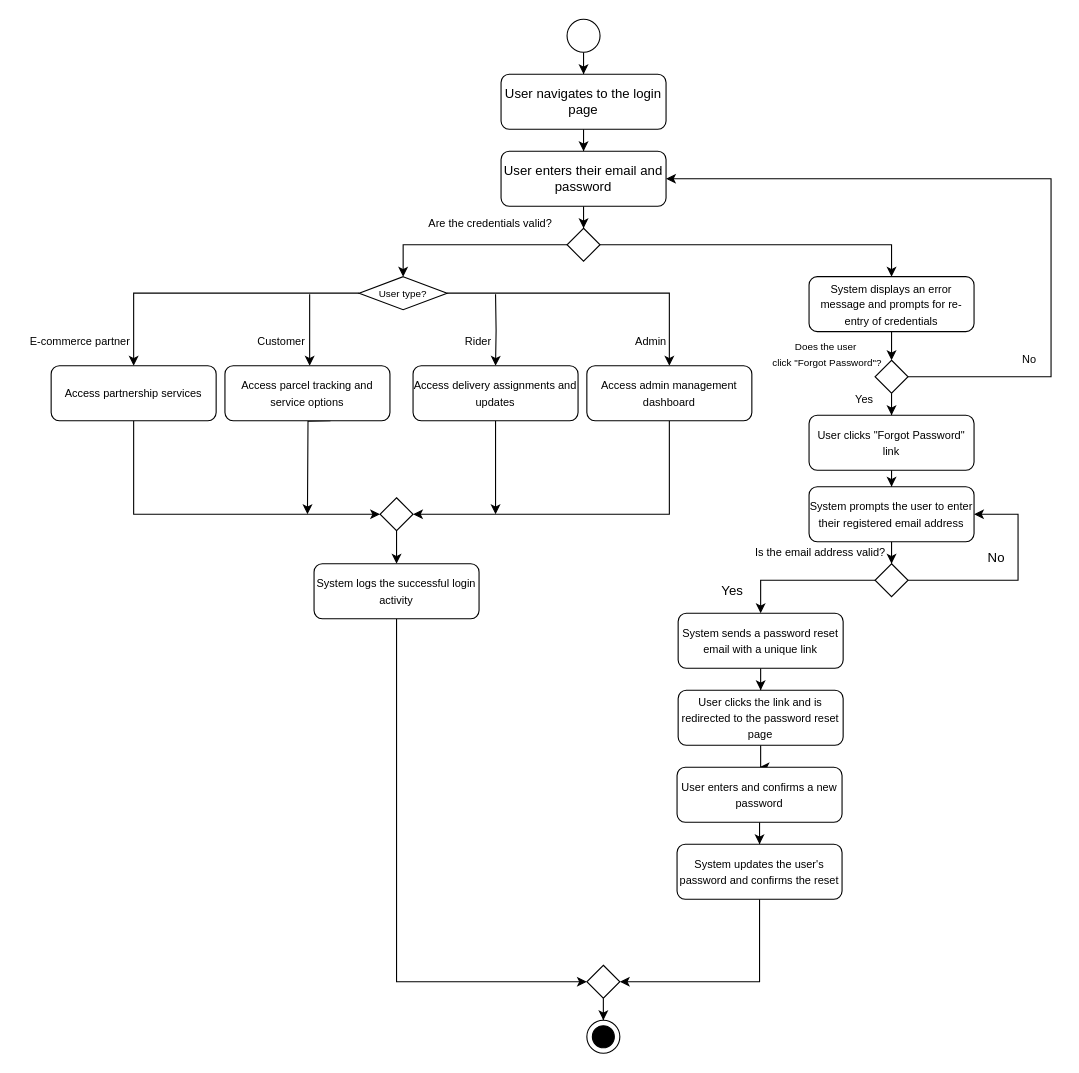
Before: page "Page-8" (8 of 26) of Activity Diagram UC-1.drawio in IamSaqibJaved/Diagrams, a draw.io diagram. Source tidied: cells renumbered, new cells numbered last; positions are measured from the earlier drawing's top-left corner, leaving out a move shared by most shapes. Both pictures are drawn from the tidied source at 110%, with x=0, y=0 at pixel (19, 19).
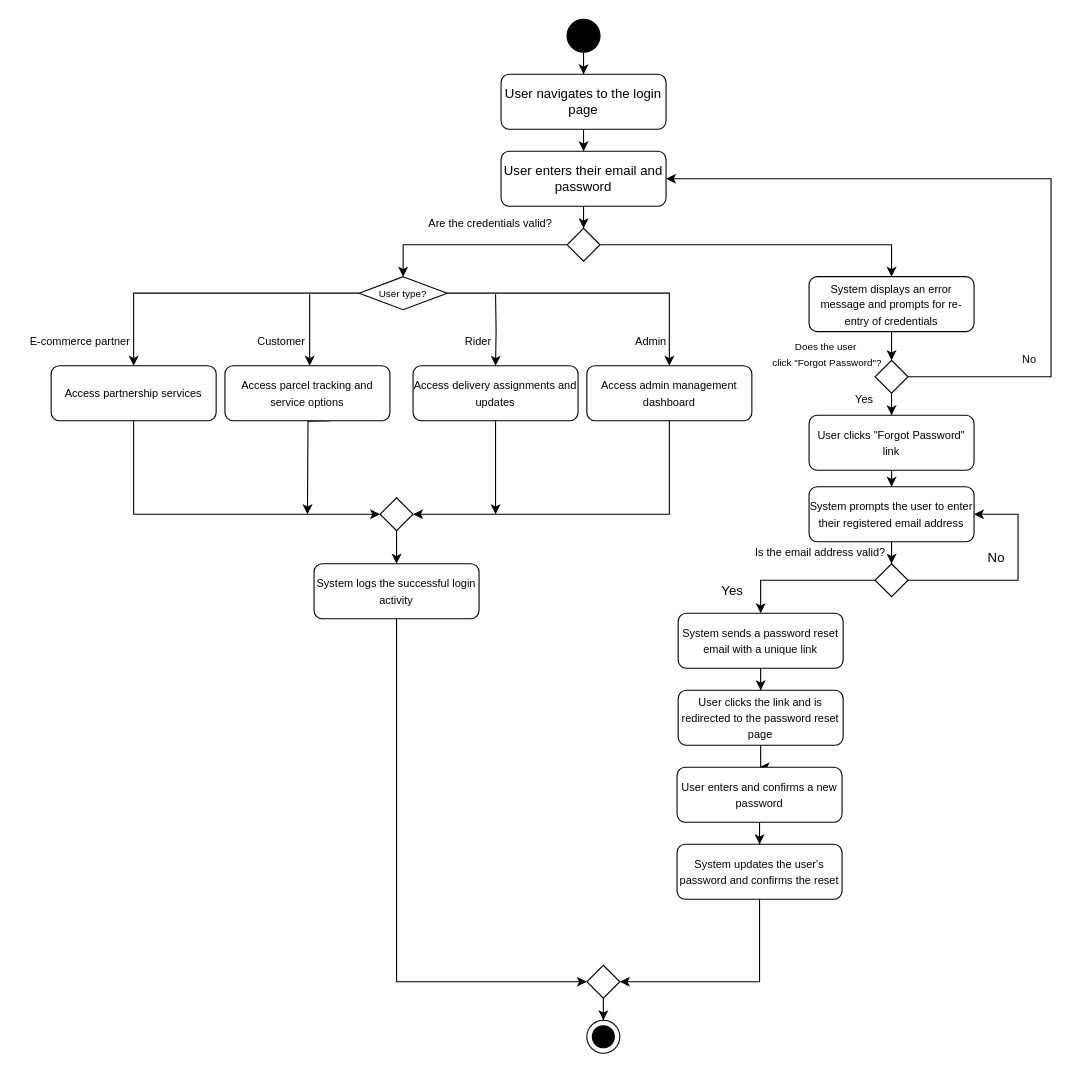
The same page after the edit.

The edit, as a diff of the source:
```diff
@@
-    <mxCell id="3" style="ellipse;whiteSpace=wrap;html=1;" parent="1" vertex="1">
+    <mxCell id="3" style="ellipse;whiteSpace=wrap;html=1;fillColor=#000000;" parent="1" vertex="1">
       <mxGeometry x="498" width="30" height="30" as="geometry" />
     </mxCell>
```
